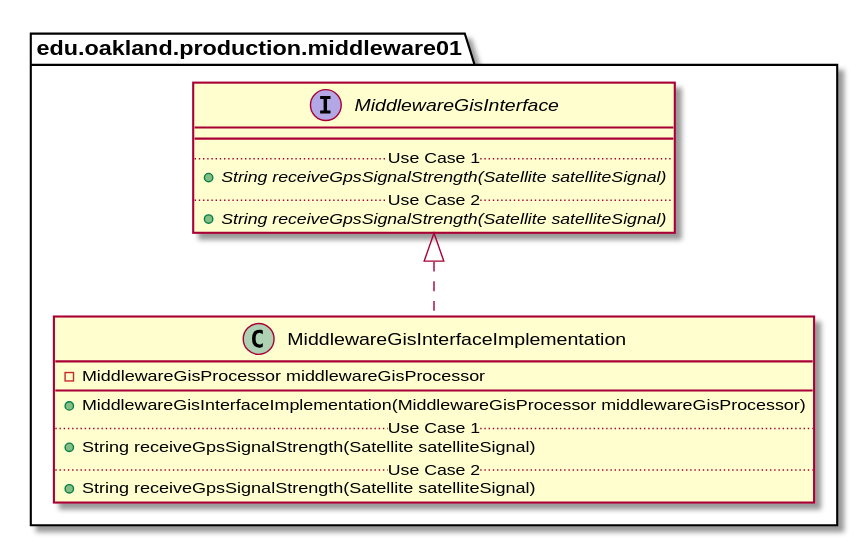
This is docs/uml-class-diagrams/middleware01/production/MiddlewareGisInterfaceImplementation/MiddlewareGisInterfaceImplementation_DirectDependencies.svg from elilley15/csi-3370-software-project, a PlantUML export, as it was before one commit.
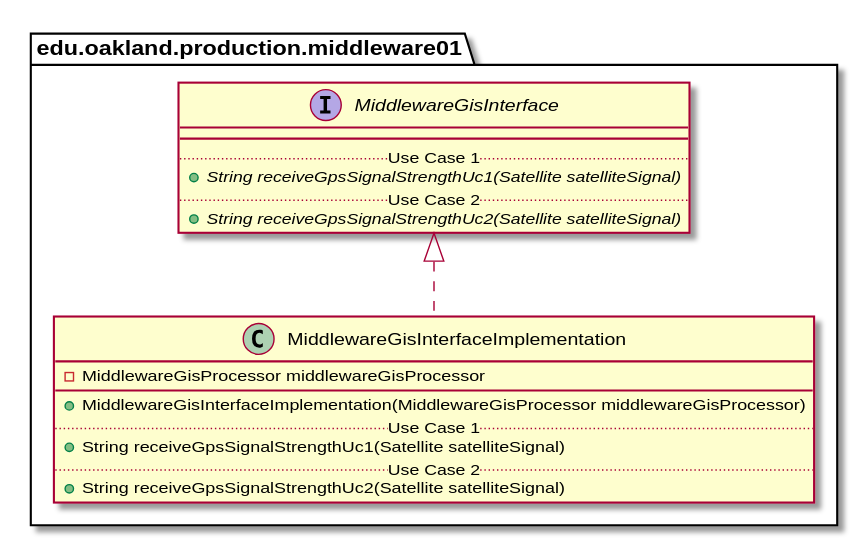
Above is the later version.

Diff of the diagram source:
```diff
@@ -7,9 +7,9 @@
         __
         + MiddlewareGisInterfaceImplementation(MiddlewareGisProcessor middlewareGisProcessor)
         .. Use Case 1 ..
-        + String receiveGpsSignalStrength(Satellite satelliteSignal)
+        + String receiveGpsSignalStrengthUc1(Satellite satelliteSignal)
         .. Use Case 2 ..
-        + String receiveGpsSignalStrength(Satellite satelliteSignal)
+        + String receiveGpsSignalStrengthUc2(Satellite satelliteSignal)
     }
 }
 
@@ -19,9 +19,9 @@
     interface MiddlewareGisInterface {
         __
         .. Use Case 1 ..
-        {abstract} + String receiveGpsSignalStrength(Satellite satelliteSignal)
+        {abstract} + String receiveGpsSignalStrengthUc1(Satellite satelliteSignal)
         .. Use Case 2 ..
-        {abstract} + String receiveGpsSignalStrength(Satellite satelliteSignal)
+        {abstract} + String receiveGpsSignalStrengthUc2(Satellite satelliteSignal)
     }
 }
 
```
